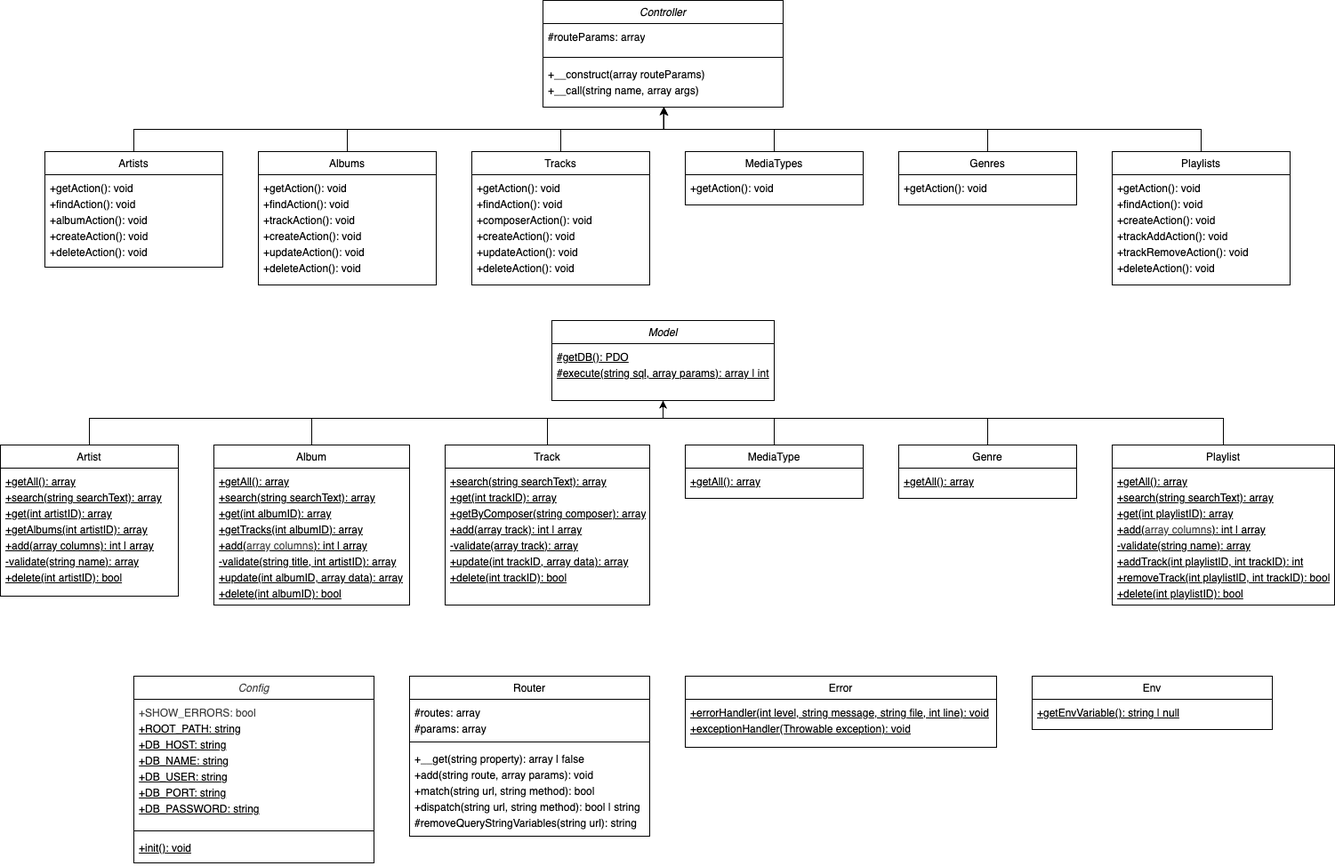
Earlier version of the draw.io export documentation/class_diagrams.drawio.png (FrejaFischer/music_storage). Source tidied: cells renumbered, new cells last; positions are measured from the earlier drawing's top-left corner, leaving out a move shared by most shapes.
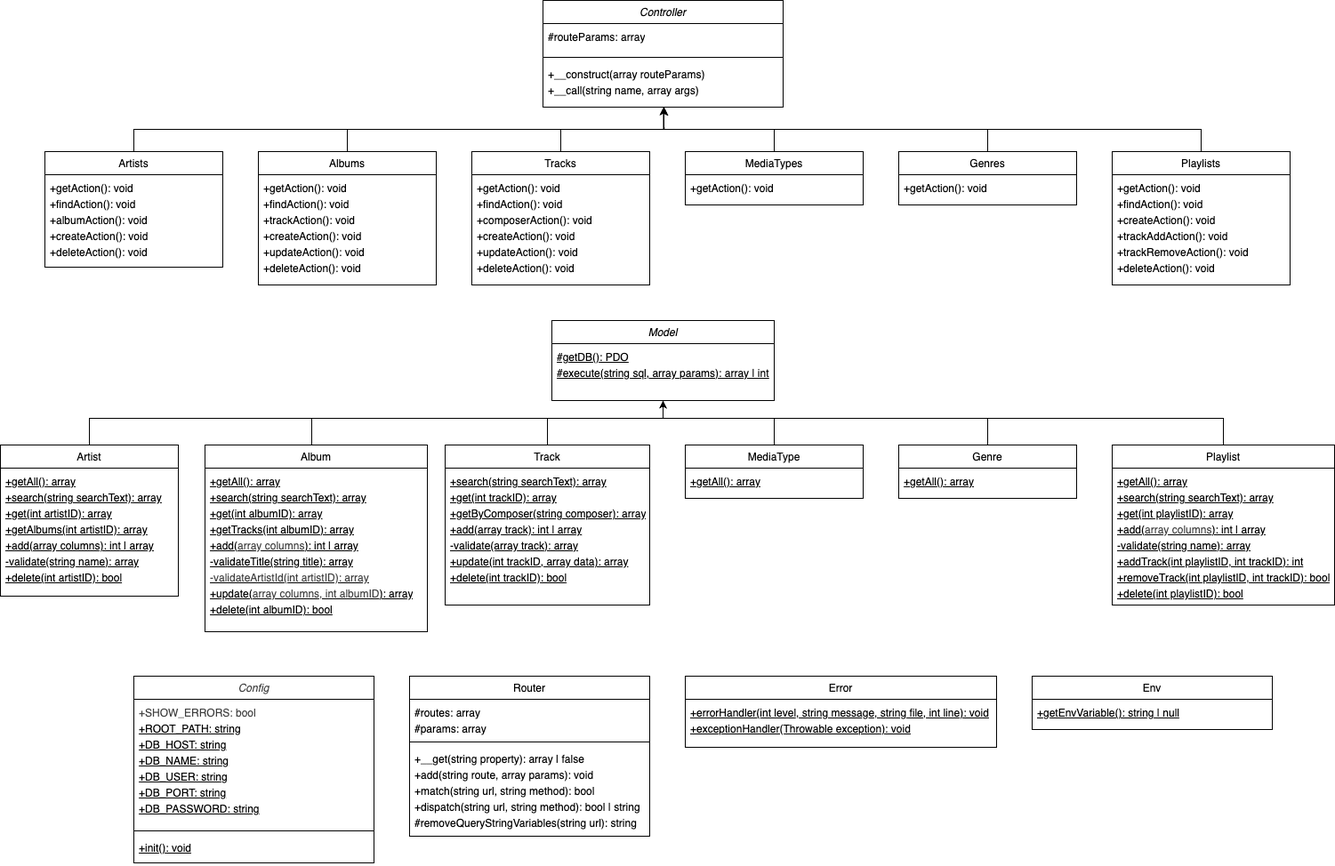
The same diagram one commit later.

Commit message:
updated class diagrams for Album models validate method

Change to the diagram source:
```diff
@@ -34,10 +34,10 @@
       </mxGeometry>
     </mxCell>
     <mxCell id="9" value="Album" style="swimlane;fontStyle=0;align=center;verticalAlign=top;horizontal=1;startSize=26;rounded=0;shadow=0;strokeWidth=1;" parent="1" vertex="1">
-      <mxGeometry x="240" y="500" width="220" height="180" as="geometry" />
+      <mxGeometry x="230" y="500" width="250" height="210" as="geometry" />
     </mxCell>
-    <mxCell id="10" value="&lt;div style=&quot;line-height: 150%;&quot;&gt;+getAll(): array&lt;br&gt;+search(string searchText): array&lt;br&gt;+get(int albumID): array&lt;br&gt;+getTracks(int albumID): array&lt;br&gt;+add(&lt;span style=&quot;color: rgb(63, 63, 63);&quot;&gt;array columns&lt;/span&gt;): int | array&lt;br&gt;-validate(string title, int artistID): array&lt;/div&gt;&lt;div style=&quot;line-height: 150%;&quot;&gt;+update(int albumID, array data): array&lt;br&gt;+delete(int albumID): bool&lt;/div&gt;" style="text;align=left;verticalAlign=top;spacingLeft=4;spacingRight=4;overflow=hidden;fontStyle=4;spacingTop=0;spacing=2;html=1;" parent="9" vertex="1">
-      <mxGeometry y="26" width="220" height="154" as="geometry" />
+    <mxCell id="10" value="&lt;div style=&quot;line-height: 150%;&quot;&gt;+getAll(): array&lt;br&gt;+search(string searchText): array&lt;br&gt;+get(int albumID): array&lt;br&gt;+getTracks(int albumID): array&lt;br&gt;+add(&lt;span style=&quot;color: rgb(63, 63, 63);&quot;&gt;array columns&lt;/span&gt;): int | array&lt;br&gt;-validateTitle(string title): array&lt;/div&gt;&lt;div style=&quot;line-height: 150%;&quot;&gt;&lt;span style=&quot;color: rgb(63, 63, 63);&quot;&gt;-validateArtistId(int artistID): array&lt;/span&gt;&lt;/div&gt;&lt;div style=&quot;line-height: 150%;&quot;&gt;+update(&lt;span style=&quot;color: rgb(63, 63, 63);&quot;&gt;array columns,&amp;nbsp;&lt;/span&gt;&lt;span style=&quot;color: rgb(63, 63, 63); background-color: transparent;&quot;&gt;int albumID&lt;/span&gt;&lt;span style=&quot;background-color: transparent;&quot;&gt;): array&lt;/span&gt;&lt;/div&gt;&lt;div style=&quot;line-height: 150%;&quot;&gt;+delete(int albumID): bool&lt;/div&gt;" style="text;align=left;verticalAlign=top;spacingLeft=4;spacingRight=4;overflow=hidden;fontStyle=4;spacingTop=0;spacing=2;html=1;" parent="9" vertex="1">
+      <mxGeometry y="26" width="250" height="184" as="geometry" />
     </mxCell>
     <mxCell id="11" value="Albums" style="swimlane;fontStyle=0;align=center;verticalAlign=top;horizontal=1;startSize=26;rounded=0;shadow=0;strokeWidth=1;" parent="1" vertex="1">
       <mxGeometry x="290" y="170" width="200" height="150" as="geometry" />
```
